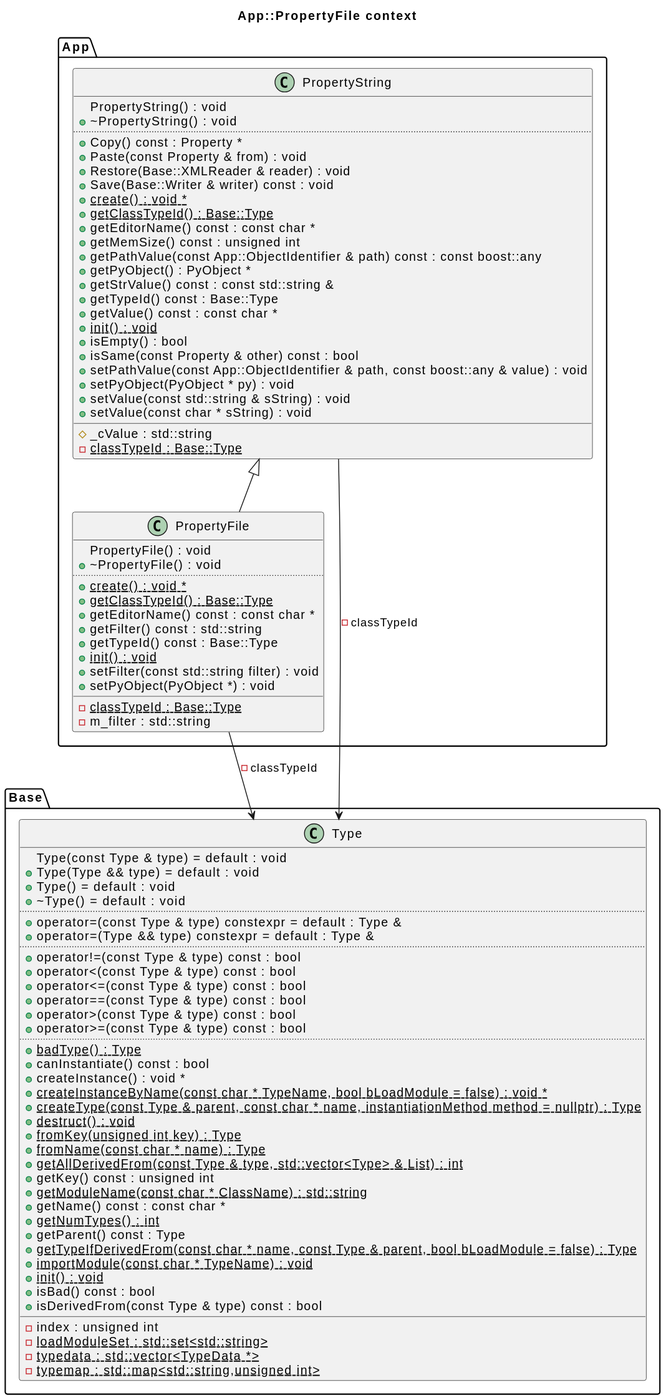
The PlantUML diagram freecad/diagrams/app_PropertyFile.svg in bkryza/clang-uml-examples, before a commit. Source of this version:
```plantuml
@startuml
title App::PropertyFile context
package [Base] as C_0005614219575140048477 {
class "Type" as C_0010396699791746075194
class C_0010396699791746075194 [[https://github.com/FreeCAD/FreeCAD/blob/2fcc5317fe3aee96ca73475986a577719fc78e20/src/Base/Type.h#L80{Type}]] {
+Type(const Type & type) = default : void [[[https://github.com/FreeCAD/FreeCAD/blob/2fcc5317fe3aee96ca73475986a577719fc78e20/src/Base/Type.h#L84{Type}]]]
+Type(Type && type) = default : void [[[https://github.com/FreeCAD/FreeCAD/blob/2fcc5317fe3aee96ca73475986a577719fc78e20/src/Base/Type.h#L85{Type}]]]
+Type() = default : void [[[https://github.com/FreeCAD/FreeCAD/blob/2fcc5317fe3aee96ca73475986a577719fc78e20/src/Base/Type.h#L86{Type}]]]
+~Type() = default : void [[[https://github.com/FreeCAD/FreeCAD/blob/2fcc5317fe3aee96ca73475986a577719fc78e20/src/Base/Type.h#L88{~Type}]]]
..
+operator=(const Type & type) constexpr = default : Type & [[[https://github.com/FreeCAD/FreeCAD/blob/2fcc5317fe3aee96ca73475986a577719fc78e20/src/Base/Type.h#L119{operator=}]]]
+operator=(Type && type) constexpr = default : Type & [[[https://github.com/FreeCAD/FreeCAD/blob/2fcc5317fe3aee96ca73475986a577719fc78e20/src/Base/Type.h#L120{operator=}]]]
..
+operator!=(const Type & type) const : bool [[[https://github.com/FreeCAD/FreeCAD/blob/2fcc5317fe3aee96ca73475986a577719fc78e20/src/Base/Type.h#L122{operator!=}]]]
+operator<(const Type & type) const : bool [[[https://github.com/FreeCAD/FreeCAD/blob/2fcc5317fe3aee96ca73475986a577719fc78e20/src/Base/Type.h#L124{operator<}]]]
+operator<=(const Type & type) const : bool [[[https://github.com/FreeCAD/FreeCAD/blob/2fcc5317fe3aee96ca73475986a577719fc78e20/src/Base/Type.h#L125{operator<=}]]]
+operator==(const Type & type) const : bool [[[https://github.com/FreeCAD/FreeCAD/blob/2fcc5317fe3aee96ca73475986a577719fc78e20/src/Base/Type.h#L121{operator==}]]]
+operator>(const Type & type) const : bool [[[https://github.com/FreeCAD/FreeCAD/blob/2fcc5317fe3aee96ca73475986a577719fc78e20/src/Base/Type.h#L127{operator>}]]]
+operator>=(const Type & type) const : bool [[[https://github.com/FreeCAD/FreeCAD/blob/2fcc5317fe3aee96ca73475986a577719fc78e20/src/Base/Type.h#L126{operator>=}]]]
..
{static} +badType() : Type [[[https://github.com/FreeCAD/FreeCAD/blob/2fcc5317fe3aee96ca73475986a577719fc78e20/src/Base/Type.h#L129{badType}]]]
+canInstantiate() const : bool [[[https://github.com/FreeCAD/FreeCAD/blob/2fcc5317fe3aee96ca73475986a577719fc78e20/src/Base/Type.h#L93{canInstantiate}]]]
+createInstance() : void * [[[https://github.com/FreeCAD/FreeCAD/blob/2fcc5317fe3aee96ca73475986a577719fc78e20/src/Base/Type.h#L91{createInstance}]]]
{static} +createInstanceByName(const char * TypeName, bool bLoadModule = false) : void * [[[https://github.com/FreeCAD/FreeCAD/blob/2fcc5317fe3aee96ca73475986a577719fc78e20/src/Base/Type.h#L95{createInstanceByName}]]]
{static} +createType(const Type & parent, const char * name, instantiationMethod method = nullptr) : Type [[[https://github.com/FreeCAD/FreeCAD/blob/2fcc5317fe3aee96ca73475986a577719fc78e20/src/Base/Type.h#L114{createType}]]]
{static} +destruct() : void [[[https://github.com/FreeCAD/FreeCAD/blob/2fcc5317fe3aee96ca73475986a577719fc78e20/src/Base/Type.h#L131{destruct}]]]
{static} +fromKey(unsigned int key) : Type [[[https://github.com/FreeCAD/FreeCAD/blob/2fcc5317fe3aee96ca73475986a577719fc78e20/src/Base/Type.h#L101{fromKey}]]]
{static} +fromName(const char * name) : Type [[[https://github.com/FreeCAD/FreeCAD/blob/2fcc5317fe3aee96ca73475986a577719fc78e20/src/Base/Type.h#L100{fromName}]]]
{static} +getAllDerivedFrom(const Type & type, std::vector<Type> & List) : int [[[https://github.com/FreeCAD/FreeCAD/blob/2fcc5317fe3aee96ca73475986a577719fc78e20/src/Base/Type.h#L106{getAllDerivedFrom}]]]
+getKey() const : unsigned int [[[https://github.com/FreeCAD/FreeCAD/blob/2fcc5317fe3aee96ca73475986a577719fc78e20/src/Base/Type.h#L116{getKey}]]]
{static} +getModuleName(const char * ClassName) : std::string [[[https://github.com/FreeCAD/FreeCAD/blob/2fcc5317fe3aee96ca73475986a577719fc78e20/src/Base/Type.h#L133{getModuleName}]]]
+getName() const : const char * [[[https://github.com/FreeCAD/FreeCAD/blob/2fcc5317fe3aee96ca73475986a577719fc78e20/src/Base/Type.h#L102{getName}]]]
{static} +getNumTypes() : int [[[https://github.com/FreeCAD/FreeCAD/blob/2fcc5317fe3aee96ca73475986a577719fc78e20/src/Base/Type.h#L111{getNumTypes}]]]
+getParent() const : Type [[[https://github.com/FreeCAD/FreeCAD/blob/2fcc5317fe3aee96ca73475986a577719fc78e20/src/Base/Type.h#L103{getParent}]]]
{static} +getTypeIfDerivedFrom(const char * name, const Type & parent, bool bLoadModule = false) : Type [[[https://github.com/FreeCAD/FreeCAD/blob/2fcc5317fe3aee96ca73475986a577719fc78e20/src/Base/Type.h#L109{getTypeIfDerivedFrom}]]]
{static} +importModule(const char * TypeName) : void [[[https://github.com/FreeCAD/FreeCAD/blob/2fcc5317fe3aee96ca73475986a577719fc78e20/src/Base/Type.h#L96{importModule}]]]
{static} +init() : void [[[https://github.com/FreeCAD/FreeCAD/blob/2fcc5317fe3aee96ca73475986a577719fc78e20/src/Base/Type.h#L130{init}]]]
+isBad() const : bool [[[https://github.com/FreeCAD/FreeCAD/blob/2fcc5317fe3aee96ca73475986a577719fc78e20/src/Base/Type.h#L117{isBad}]]]
+isDerivedFrom(const Type & type) const : bool [[[https://github.com/FreeCAD/FreeCAD/blob/2fcc5317fe3aee96ca73475986a577719fc78e20/src/Base/Type.h#L104{isDerivedFrom}]]]
__
-index : unsigned int [[[https://github.com/FreeCAD/FreeCAD/blob/2fcc5317fe3aee96ca73475986a577719fc78e20/src/Base/Type.h#L137{index}]]]
{static} -loadModuleSet : std::set<std::string> [[[https://github.com/FreeCAD/FreeCAD/blob/2fcc5317fe3aee96ca73475986a577719fc78e20/src/Base/Type.h#L141{loadModuleSet}]]]
{static} -typedata : std::vector<TypeData *> [[[https://github.com/FreeCAD/FreeCAD/blob/2fcc5317fe3aee96ca73475986a577719fc78e20/src/Base/Type.h#L140{typedata}]]]
{static} -typemap : std::map<std::string,unsigned int> [[[https://github.com/FreeCAD/FreeCAD/blob/2fcc5317fe3aee96ca73475986a577719fc78e20/src/Base/Type.h#L139{typemap}]]]
}
}
package [App] as C_0018282610363821501524 {
class "PropertyString" as C_0016187210898358423369
class C_0016187210898358423369 [[https://github.com/FreeCAD/FreeCAD/blob/2fcc5317fe3aee96ca73475986a577719fc78e20/src/App/PropertyStandard.h#L685{PropertyString}]] {
+PropertyString() : void [[[https://github.com/FreeCAD/FreeCAD/blob/2fcc5317fe3aee96ca73475986a577719fc78e20/src/App/PropertyStandard.h#L695{PropertyString}]]]
+~PropertyString() : void [[[https://github.com/FreeCAD/FreeCAD/blob/2fcc5317fe3aee96ca73475986a577719fc78e20/src/App/PropertyStandard.h#L701{~PropertyString}]]]
..
+Copy() const : Property * [[[https://github.com/FreeCAD/FreeCAD/blob/2fcc5317fe3aee96ca73475986a577719fc78e20/src/App/PropertyStandard.h#L717{Copy}]]]
+Paste(const Property & from) : void [[[https://github.com/FreeCAD/FreeCAD/blob/2fcc5317fe3aee96ca73475986a577719fc78e20/src/App/PropertyStandard.h#L718{Paste}]]]
+Restore(Base::XMLReader & reader) : void [[[https://github.com/FreeCAD/FreeCAD/blob/2fcc5317fe3aee96ca73475986a577719fc78e20/src/App/PropertyStandard.h#L715{Restore}]]]
+Save(Base::Writer & writer) const : void [[[https://github.com/FreeCAD/FreeCAD/blob/2fcc5317fe3aee96ca73475986a577719fc78e20/src/App/PropertyStandard.h#L714{Save}]]]
{static} +create() : void * [[[https://github.com/FreeCAD/FreeCAD/blob/2fcc5317fe3aee96ca73475986a577719fc78e20/src/Base/BaseClass.h#L52{create}]]]
{static} +getClassTypeId() : Base::Type [[[https://github.com/FreeCAD/FreeCAD/blob/2fcc5317fe3aee96ca73475986a577719fc78e20/src/Base/BaseClass.h#L49{getClassTypeId}]]]
+getEditorName() const : const char * [[[https://github.com/FreeCAD/FreeCAD/blob/2fcc5317fe3aee96ca73475986a577719fc78e20/src/App/PropertyStandard.h#L710{getEditorName}]]]
+getMemSize() const : unsigned int [[[https://github.com/FreeCAD/FreeCAD/blob/2fcc5317fe3aee96ca73475986a577719fc78e20/src/App/PropertyStandard.h#L719{getMemSize}]]]
+getPathValue(const App::ObjectIdentifier & path) const : const boost::any [[[https://github.com/FreeCAD/FreeCAD/blob/2fcc5317fe3aee96ca73475986a577719fc78e20/src/App/PropertyStandard.h#L722{getPathValue}]]]
+getPyObject() : PyObject * [[[https://github.com/FreeCAD/FreeCAD/blob/2fcc5317fe3aee96ca73475986a577719fc78e20/src/App/PropertyStandard.h#L711{getPyObject}]]]
+getStrValue() const : const std::string & [[[https://github.com/FreeCAD/FreeCAD/blob/2fcc5317fe3aee96ca73475986a577719fc78e20/src/App/PropertyStandard.h#L706{getStrValue}]]]
+getTypeId() const : Base::Type [[[https://github.com/FreeCAD/FreeCAD/blob/2fcc5317fe3aee96ca73475986a577719fc78e20/src/Base/BaseClass.h#L50{getTypeId}]]]
+getValue() const : const char * [[[https://github.com/FreeCAD/FreeCAD/blob/2fcc5317fe3aee96ca73475986a577719fc78e20/src/App/PropertyStandard.h#L705{getValue}]]]
{static} +init() : void [[[https://github.com/FreeCAD/FreeCAD/blob/2fcc5317fe3aee96ca73475986a577719fc78e20/src/Base/BaseClass.h#L51{init}]]]
+isEmpty() : bool [[[https://github.com/FreeCAD/FreeCAD/blob/2fcc5317fe3aee96ca73475986a577719fc78e20/src/App/PropertyStandard.h#L708{isEmpty}]]]
+isSame(const Property & other) const : bool [[[https://github.com/FreeCAD/FreeCAD/blob/2fcc5317fe3aee96ca73475986a577719fc78e20/src/App/PropertyStandard.h#L724{isSame}]]]
+setPathValue(const App::ObjectIdentifier & path, const boost::any & value) : void [[[https://github.com/FreeCAD/FreeCAD/blob/2fcc5317fe3aee96ca73475986a577719fc78e20/src/App/PropertyStandard.h#L721{setPathValue}]]]
+setPyObject(PyObject * py) : void [[[https://github.com/FreeCAD/FreeCAD/blob/2fcc5317fe3aee96ca73475986a577719fc78e20/src/App/PropertyStandard.h#L712{setPyObject}]]]
+setValue(const std::string & sString) : void [[[https://github.com/FreeCAD/FreeCAD/blob/2fcc5317fe3aee96ca73475986a577719fc78e20/src/App/PropertyStandard.h#L704{setValue}]]]
+setValue(const char * sString) : void [[[https://github.com/FreeCAD/FreeCAD/blob/2fcc5317fe3aee96ca73475986a577719fc78e20/src/App/PropertyStandard.h#L703{setValue}]]]
__
#_cValue : std::string [[[https://github.com/FreeCAD/FreeCAD/blob/2fcc5317fe3aee96ca73475986a577719fc78e20/src/App/PropertyStandard.h#L733{_cValue}]]]
{static} -classTypeId : Base::Type [[[https://github.com/FreeCAD/FreeCAD/blob/2fcc5317fe3aee96ca73475986a577719fc78e20/src/Base/BaseClass.h#L55{classTypeId}]]]
}
class "PropertyFile" as C_0015438268151369296952
class C_0015438268151369296952 [[https://github.com/FreeCAD/FreeCAD/blob/2fcc5317fe3aee96ca73475986a577719fc78e20/src/App/PropertyFile.h#L42{PropertyFile}]] {
+PropertyFile() : void [[[https://github.com/FreeCAD/FreeCAD/blob/2fcc5317fe3aee96ca73475986a577719fc78e20/src/App/PropertyFile.h#L47{PropertyFile}]]]
+~PropertyFile() : void [[[https://github.com/FreeCAD/FreeCAD/blob/2fcc5317fe3aee96ca73475986a577719fc78e20/src/App/PropertyFile.h#L48{~PropertyFile}]]]
..
{static} +create() : void * [[[https://github.com/FreeCAD/FreeCAD/blob/2fcc5317fe3aee96ca73475986a577719fc78e20/src/Base/BaseClass.h#L52{create}]]]
{static} +getClassTypeId() : Base::Type [[[https://github.com/FreeCAD/FreeCAD/blob/2fcc5317fe3aee96ca73475986a577719fc78e20/src/Base/BaseClass.h#L49{getClassTypeId}]]]
+getEditorName() const : const char * [[[https://github.com/FreeCAD/FreeCAD/blob/2fcc5317fe3aee96ca73475986a577719fc78e20/src/App/PropertyFile.h#L50{getEditorName}]]]
+getFilter() const : std::string [[[https://github.com/FreeCAD/FreeCAD/blob/2fcc5317fe3aee96ca73475986a577719fc78e20/src/App/PropertyFile.h#L55{getFilter}]]]
+getTypeId() const : Base::Type [[[https://github.com/FreeCAD/FreeCAD/blob/2fcc5317fe3aee96ca73475986a577719fc78e20/src/Base/BaseClass.h#L50{getTypeId}]]]
{static} +init() : void [[[https://github.com/FreeCAD/FreeCAD/blob/2fcc5317fe3aee96ca73475986a577719fc78e20/src/Base/BaseClass.h#L51{init}]]]
+setFilter(const std::string filter) : void [[[https://github.com/FreeCAD/FreeCAD/blob/2fcc5317fe3aee96ca73475986a577719fc78e20/src/App/PropertyFile.h#L54{setFilter}]]]
+setPyObject(PyObject *) : void [[[https://github.com/FreeCAD/FreeCAD/blob/2fcc5317fe3aee96ca73475986a577719fc78e20/src/App/PropertyFile.h#L53{setPyObject}]]]
__
{static} -classTypeId : Base::Type [[[https://github.com/FreeCAD/FreeCAD/blob/2fcc5317fe3aee96ca73475986a577719fc78e20/src/Base/BaseClass.h#L55{classTypeId}]]]
-m_filter : std::string [[[https://github.com/FreeCAD/FreeCAD/blob/2fcc5317fe3aee96ca73475986a577719fc78e20/src/App/PropertyFile.h#L58{m_filter}]]]
}
}
C_0016187210898358423369 --> C_0010396699791746075194 [[https://github.com/FreeCAD/FreeCAD/blob/2fcc5317fe3aee96ca73475986a577719fc78e20/src/Base/BaseClass.h#L55{classTypeId}]] : -classTypeId
C_0015438268151369296952 --> C_0010396699791746075194 [[https://github.com/FreeCAD/FreeCAD/blob/2fcc5317fe3aee96ca73475986a577719fc78e20/src/Base/BaseClass.h#L55{classTypeId}]] : -classTypeId
C_0016187210898358423369 <|-- C_0015438268151369296952

@enduml
```
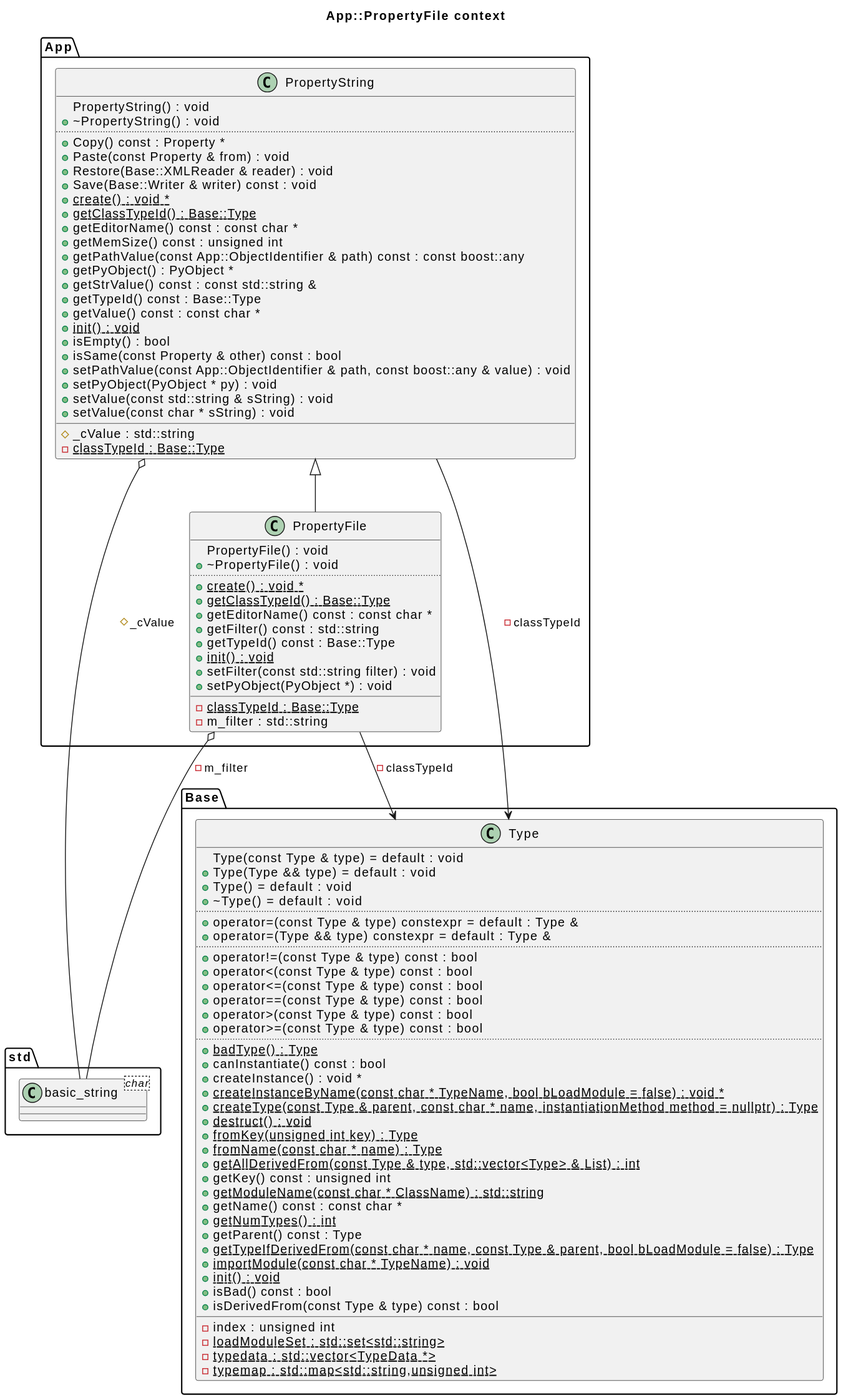
Later version of the same file.

Diff of the diagram source:
```diff
@@ -1,5 +1,11 @@
 @startuml
 title App::PropertyFile context
+package [std] as C_0009971158671206323968 {
+class "basic_string<char>" as C_0001275076681856179721
+class C_0001275076681856179721 [[https://github.com/FreeCAD/FreeCAD/blob/2fcc5317fe3aee96ca73475986a577719fc78e20/src/Base/Type.h#L133{basic_string}]] {
+__
+}
+}
 package [Base] as C_0005614219575140048477 {
 class "Type" as C_0010396699791746075194
 class C_0010396699791746075194 [[https://github.com/FreeCAD/FreeCAD/blob/2fcc5317fe3aee96ca73475986a577719fc78e20/src/Base/Type.h#L80{Type}]] {
@@ -92,7 +98,9 @@
 -m_filter : std::string [[[https://github.com/FreeCAD/FreeCAD/blob/2fcc5317fe3aee96ca73475986a577719fc78e20/src/App/PropertyFile.h#L58{m_filter}]]]
 }
 }
+C_0016187210898358423369 o-- C_0001275076681856179721 [[https://github.com/FreeCAD/FreeCAD/blob/2fcc5317fe3aee96ca73475986a577719fc78e20/src/App/PropertyStandard.h#L733{_cValue}]] : #_cValue
 C_0016187210898358423369 --> C_0010396699791746075194 [[https://github.com/FreeCAD/FreeCAD/blob/2fcc5317fe3aee96ca73475986a577719fc78e20/src/Base/BaseClass.h#L55{classTypeId}]] : -classTypeId
+C_0015438268151369296952 o-- C_0001275076681856179721 [[https://github.com/FreeCAD/FreeCAD/blob/2fcc5317fe3aee96ca73475986a577719fc78e20/src/App/PropertyFile.h#L58{m_filter}]] : -m_filter
 C_0015438268151369296952 --> C_0010396699791746075194 [[https://github.com/FreeCAD/FreeCAD/blob/2fcc5317fe3aee96ca73475986a577719fc78e20/src/Base/BaseClass.h#L55{classTypeId}]] : -classTypeId
 C_0016187210898358423369 <|-- C_0015438268151369296952
 
```
